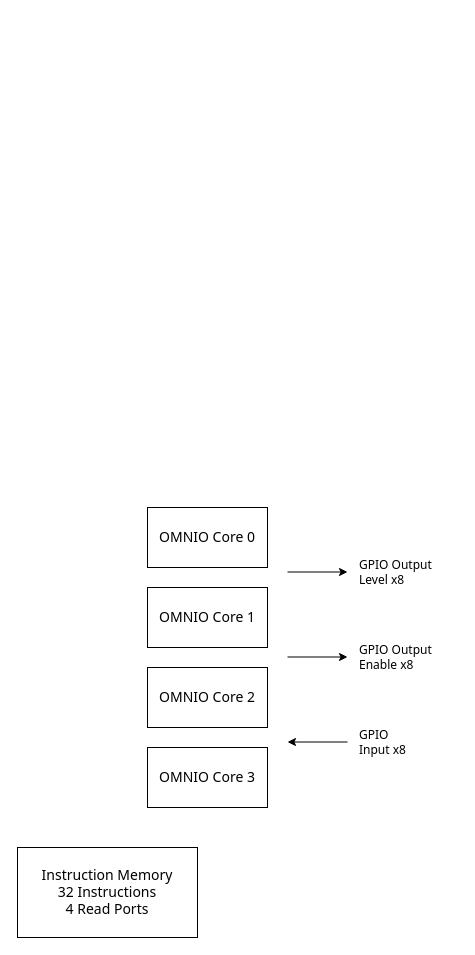
The draw.io diagram docs/omnio-high-level-v2.drawio in jarnail01/omnio, before the edit. Source tidied: cells renumbered, new cells numbered last; positions are measured from the earlier drawing's top-left corner, leaving out a move shared by most shapes. Both pictures are drawn from the tidied source at 100%, with x=0, y=0 at pixel (17, 507).
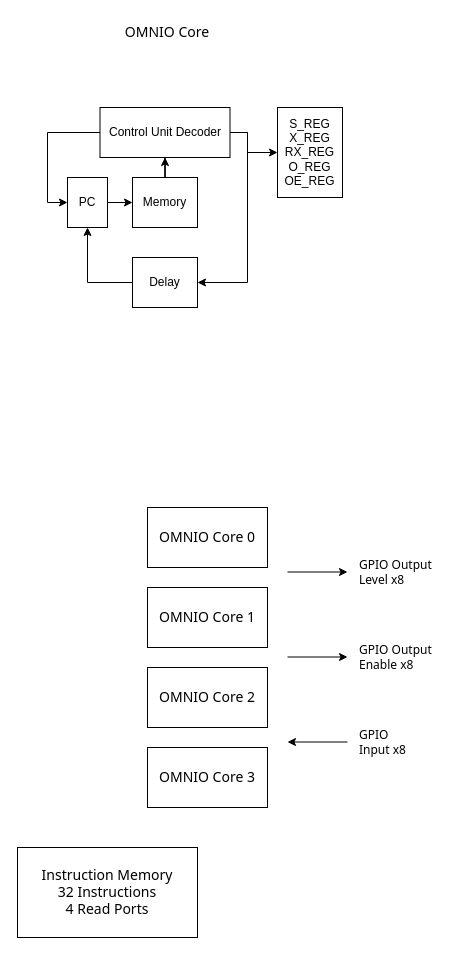
After the change.

Change to the diagram source:
```diff
@@
+    <mxCell id="14" value="OMNIO Core" style="text;html=1;whiteSpace=wrap;strokeColor=none;fillColor=none;align=center;verticalAlign=middle;rounded=0;fontFamily=Tahoma;fontSize=14;" parent="1" vertex="1">
+      <mxGeometry x="80" y="-490" width="140" height="30" as="geometry" />
+    </mxCell>
+    <mxCell id="15" style="edgeStyle=orthogonalEdgeStyle;rounded=0;jettySize=auto;html=1;exitX=1;exitY=0.5;exitDx=0;exitDy=0;entryX=0;entryY=0.5;entryDx=0;entryDy=0;" parent="1" edge="1" source="18" target="25">
+      <mxGeometry relative="1" as="geometry">
+        <Array as="points">
+          <mxPoint x="230" y="-375" />
+          <mxPoint x="230" y="-355" />
+        </Array>
+      </mxGeometry>
+    </mxCell>
+    <mxCell id="16" style="edgeStyle=orthogonalEdgeStyle;rounded=0;jettySize=auto;html=1;exitX=0;exitY=0.5;exitDx=0;exitDy=0;entryX=0;entryY=0.5;entryDx=0;entryDy=0;" parent="1" edge="1" source="18" target="22">
+      <mxGeometry relative="1" as="geometry" />
+    </mxCell>
+    <mxCell id="17" style="edgeStyle=orthogonalEdgeStyle;rounded=0;jettySize=auto;html=1;exitX=1;exitY=0.5;exitDx=0;exitDy=0;entryX=1;entryY=0.5;entryDx=0;entryDy=0;" parent="1" edge="1" source="18" target="24">
+      <mxGeometry relative="1" as="geometry">
+        <Array as="points">
+          <mxPoint x="230" y="-375" />
+          <mxPoint x="230" y="-225" />
+        </Array>
+      </mxGeometry>
+    </mxCell>
+    <mxCell id="18" value="Control Unit Decoder" style="rounded=0;whiteSpace=wrap;html=1;" parent="1" vertex="1">
+      <mxGeometry x="82.5" y="-400" width="130" height="50" as="geometry" />
+    </mxCell>
+    <mxCell id="19" style="edgeStyle=orthogonalEdgeStyle;rounded=0;jettySize=auto;html=1;" parent="1" edge="1" source="20" target="18">
+      <mxGeometry relative="1" as="geometry" />
+    </mxCell>
+    <mxCell id="20" value="Memory" style="rounded=0;whiteSpace=wrap;html=1;" parent="1" vertex="1">
+      <mxGeometry x="115" y="-330" width="65" height="50" as="geometry" />
+    </mxCell>
+    <mxCell id="21" style="edgeStyle=orthogonalEdgeStyle;rounded=0;jettySize=auto;html=1;" parent="1" edge="1" source="22" target="20">
+      <mxGeometry relative="1" as="geometry" />
+    </mxCell>
+    <mxCell id="22" value="PC" style="rounded=0;whiteSpace=wrap;html=1;" parent="1" vertex="1">
+      <mxGeometry x="50" y="-330" width="40" height="50" as="geometry" />
+    </mxCell>
+    <mxCell id="23" style="edgeStyle=orthogonalEdgeStyle;rounded=0;jettySize=auto;html=1;entryX=0.5;entryY=1;entryDx=0;entryDy=0;" parent="1" edge="1" source="24" target="22">
+      <mxGeometry relative="1" as="geometry" />
+    </mxCell>
+    <mxCell id="24" value="Delay" style="rounded=0;whiteSpace=wrap;html=1;" parent="1" vertex="1">
+      <mxGeometry x="115" y="-250" width="65" height="50" as="geometry" />
+    </mxCell>
+    <mxCell id="25" value="&lt;div&gt;S_REG&lt;/div&gt;&lt;div&gt;X_REG&lt;/div&gt;&lt;div&gt;RX_REG&lt;/div&gt;&lt;div&gt;O_REG&lt;br&gt;OE_REG&lt;/div&gt;" style="rounded=0;whiteSpace=wrap;html=1;" parent="1" vertex="1">
+      <mxGeometry x="260" y="-400" width="65" height="90" as="geometry" />
+    </mxCell>
```
